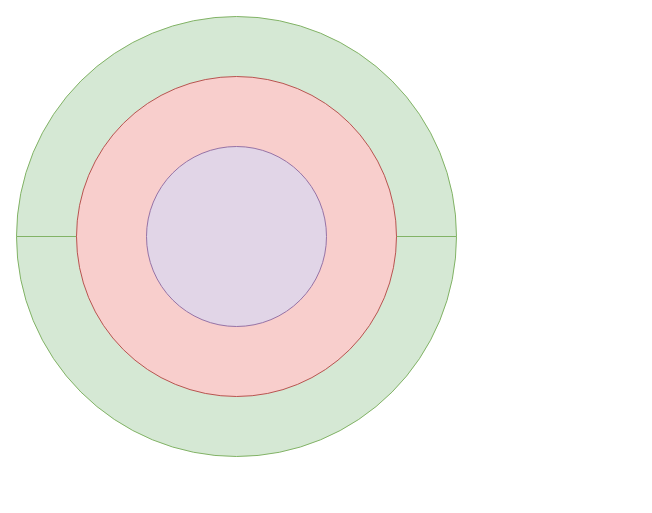
Above: diagram.drawio in acaballeroes/socketio (draw.io), before the change. Source tidied: cells renumbered, new cells numbered last; positions are measured from the earlier drawing's top-left corner, leaving out a move shared by most shapes. Both pictures are drawn from the tidied source at 100%, with x=0, y=0 at pixel (16, 16).
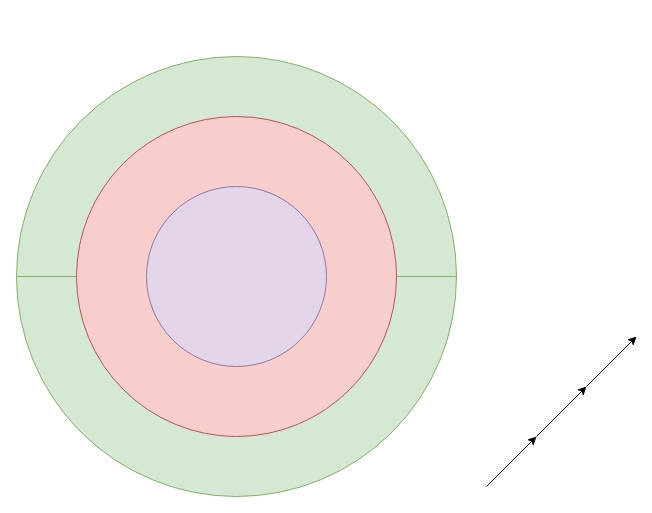
The same diagram, later.

Commit message (it also covers changes not shown here):
feat: update README with Clean Architecture diagram and enhance architecture overview

Diff of the diagram source:
```diff
@@
 <mxGraphModel>
   <root>
     <mxCell id="0" />
     <mxCell id="1" parent="0" />
+    <mxCell id="5" style="group;" parent="1" vertex="1">
+      <mxGeometry y="40" width="440" height="440" as="geometry" />
+    </mxCell>
-    <mxCell id="2" style="shape=lineEllipse;perimeter=ellipsePerimeter;whiteSpace=wrap;html=1;backgroundOutline=1;fillColor=#d5e8d4;strokeColor=#82b366;" parent="1" vertex="1">
+    <mxCell id="2" style="shape=lineEllipse;perimeter=ellipsePerimeter;whiteSpace=wrap;html=1;backgroundOutline=1;fillColor=#d5e8d4;strokeColor=#82b366;" parent="5" vertex="1">
       <mxGeometry width="440" height="440" as="geometry" />
     </mxCell>
-    <mxCell id="3" style="ellipse;whiteSpace=wrap;html=1;fillColor=#f8cecc;strokeColor=#b85450;" parent="1" vertex="1">
+    <mxCell id="3" style="ellipse;whiteSpace=wrap;html=1;fillColor=#f8cecc;strokeColor=#b85450;" parent="5" vertex="1">
       <mxGeometry x="60" y="60" width="320" height="320" as="geometry" />
     </mxCell>
-    <mxCell id="4" style="ellipse;whiteSpace=wrap;html=1;fillColor=#e1d5e7;strokeColor=#9673a6;" parent="1" vertex="1">
+    <mxCell id="4" style="ellipse;whiteSpace=wrap;html=1;fillColor=#e1d5e7;strokeColor=#9673a6;" parent="5" vertex="1">
       <mxGeometry x="130" y="130" width="180" height="180" as="geometry" />
     </mxCell>
+    <mxCell id="6" style="endArrow=classic;html=1;jumpSize=6;" parent="1" edge="1">
+      <mxGeometry relative="1" as="geometry">
+        <mxPoint x="470" y="470" as="sourcePoint" />
+        <mxPoint x="520" y="420" as="targetPoint" />
+      </mxGeometry>
+    </mxCell>
+    <mxCell id="7" style="endArrow=classic;html=1;jumpSize=6;" parent="1" edge="1">
+      <mxGeometry relative="1" as="geometry">
+        <mxPoint x="520" y="420" as="sourcePoint" />
+        <mxPoint x="570" y="370" as="targetPoint" />
+      </mxGeometry>
+    </mxCell>
+    <mxCell id="8" style="endArrow=classic;html=1;jumpSize=6;" parent="1" edge="1">
+      <mxGeometry relative="1" as="geometry">
+        <mxPoint x="570" y="370" as="sourcePoint" />
+        <mxPoint x="620" y="320" as="targetPoint" />
+      </mxGeometry>
+    </mxCell>
   </root>
 </mxGraphModel>
```
